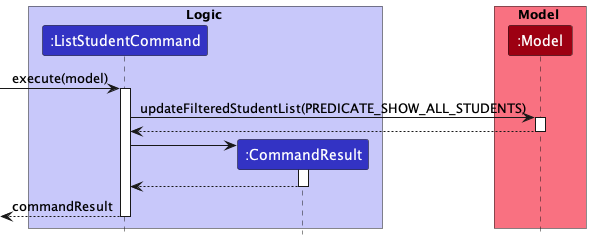
Before: docs/images/ListStudentSequenceDiagram.png, a diagram exported from PlantUML (nus-cs2103-AY2223S1/tp). Source of this version:
```plantuml
@startuml
!include style.puml

box Logic LOGIC_COLOR_T1
participant ":ListStudentCommand" as ListStudentCommand LOGIC_COLOR
participant ":CommandResult" as CommandResult LOGIC_COLOR
end box

box Model MODEL_COLOR_T1
participant ":Model" as Model MODEL_COLOR
end box

-> ListStudentCommand : execute(model)
activate ListStudentCommand

ListStudentCommand -> Model : updateFilteredStudentList(PREDICATE_SHOW_ALL_STUDENTS)
activate Model

Model --> ListStudentCommand :
deactivate Model

create CommandResult
ListStudentCommand -> CommandResult
activate CommandResult

CommandResult --> ListStudentCommand
deactivate CommandResult

[<--ListStudentCommand : commandResult
deactivate ListStudentCommand

@enduml
```
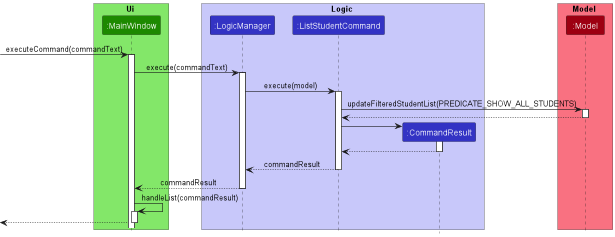
After the commit.

What changed in the source:
```diff
@@ -1,7 +1,12 @@
 @startuml
 !include style.puml
 
+box Ui UI_COLOR_T1
+participant ":MainWindow" as MainWindow UI_COLOR
+end box
+
 box Logic LOGIC_COLOR_T1
+participant ":LogicManager" as LogicManager LOGIC_COLOR
 participant ":ListStudentCommand" as ListStudentCommand LOGIC_COLOR
 participant ":CommandResult" as CommandResult LOGIC_COLOR
 end box
@@ -10,7 +15,12 @@
 participant ":Model" as Model MODEL_COLOR
 end box
 
--> ListStudentCommand : execute(model)
+-> MainWindow : executeCommand(commandText)
+activate MainWindow
+
+MainWindow -> LogicManager : execute(commandText)
+activate LogicManager
+LogicManager -> ListStudentCommand : execute(model)
 activate ListStudentCommand
 
 ListStudentCommand -> Model : updateFilteredStudentList(PREDICATE_SHOW_ALL_STUDENTS)
@@ -26,7 +36,15 @@
 CommandResult --> ListStudentCommand
 deactivate CommandResult
 
-[<--ListStudentCommand : commandResult
+ListStudentCommand --> LogicManager : commandResult
 deactivate ListStudentCommand
 
+LogicManager --> MainWindow : commandResult
+deactivate LogicManager
+
+MainWindow -> MainWindow : handleList(commandResult)
+activate MainWindow
+
+[<-- MainWindow
+deactivate MainWindow
 @enduml
```
